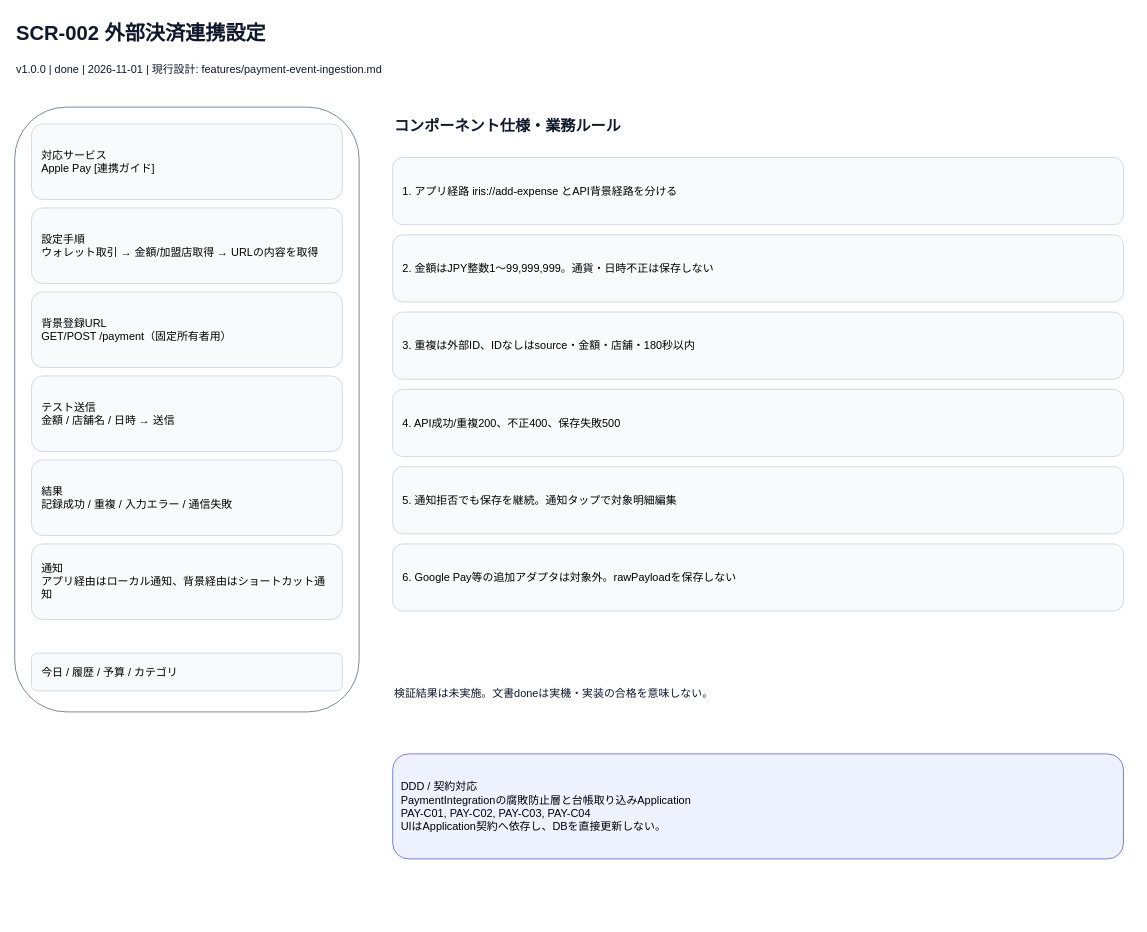
tombee-studio/self-management-app keeps this draw.io diagram as page "外部決済連携設定" (2 of 8) of docs/spec/screens.drawio. Above is the earlier version. Source tidied: cells renumbered, new cells numbered last; positions are measured from the earlier drawing's top-left corner, leaving out a move shared by most shapes. Both pictures are drawn from the tidied source at 84%, with x=0, y=0 at pixel (14, 14).
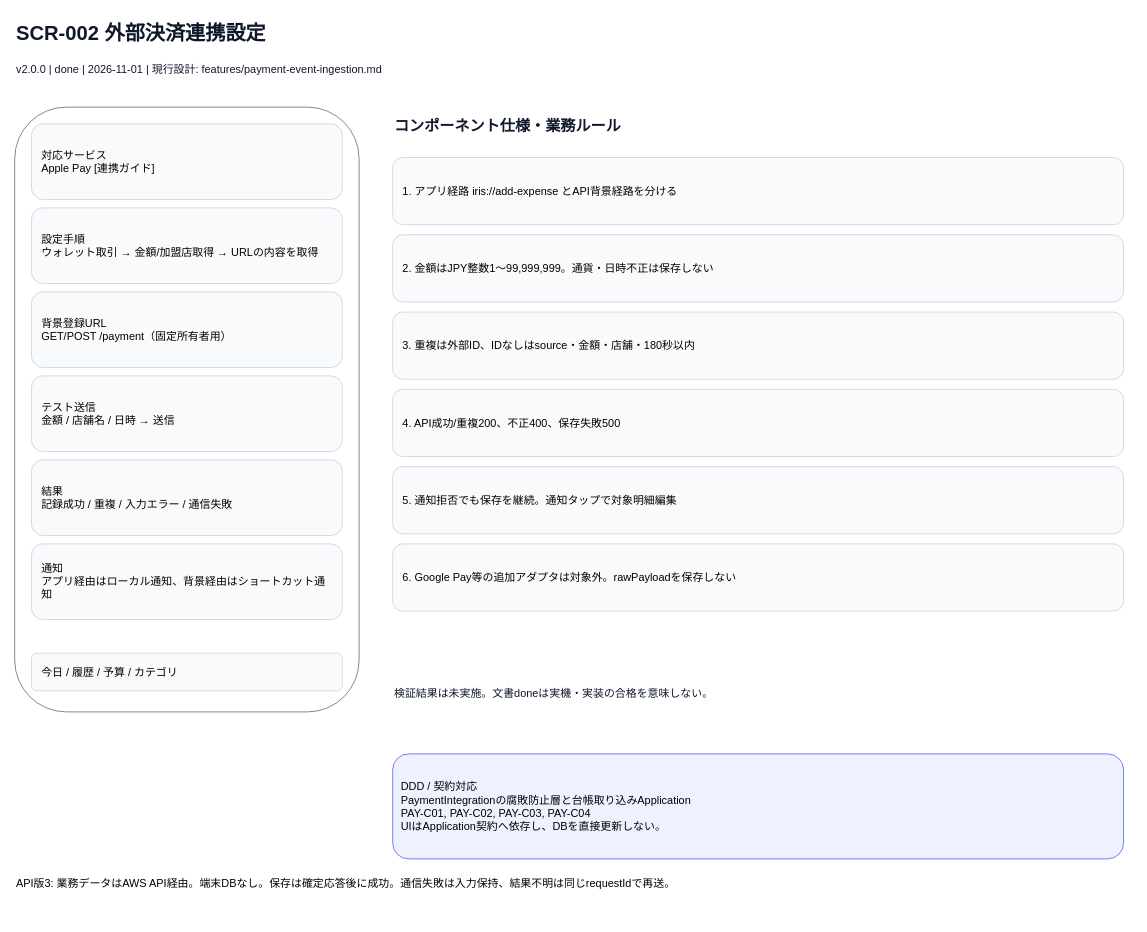
Above is the later version.

Change to the diagram source:
```diff
@@
-    <mxCell id="3" value="v1.0.0 | done | 2026-11-01 | 現行設計: features/payment-event-ingestion.md" style="text;html=0;align=left;verticalAlign=middle;whiteSpace=wrap;overflow=hidden;fontSize=13;fontColor=#0F172A;" parent="1" vertex="1">
+    <mxCell id="3" value="v2.0.0 | done | 2026-11-01 | 現行設計: features/payment-event-ingestion.md" style="text;html=0;align=left;verticalAlign=middle;whiteSpace=wrap;overflow=hidden;fontSize=13;fontColor=#0F172A;" parent="1" vertex="1">
       <mxGeometry y="50" width="1300" height="30" as="geometry" />
     </mxCell>
@@
+    <mxCell id="21" value="API版3: 業務データはAWS API経由。端末DBなし。保存は確定応答後に成功。通信失敗は入力保持、結果不明は同じrequestIdで再送。" style="text;html=0;align=left;whiteSpace=wrap;fontSize=13;" parent="1" vertex="1">
+      <mxGeometry y="1020" width="1300" height="55" as="geometry" />
+    </mxCell>
```
